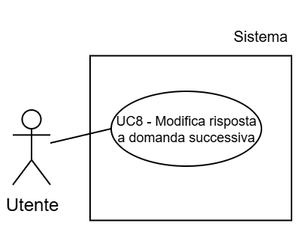
AtlasTeam9/Documenti keeps this draw.io diagram as Tutti i documenti/Assets/Diagrammi/UC8.png. Above is the earlier version. Source tidied: cells renumbered, new cells last; positions are measured from the earlier drawing's top-left corner, leaving out a move shared by most shapes.
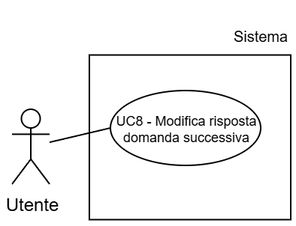
After the change.

Diff of the diagram source:
```diff
@@ -11,7 +11,7 @@
     <mxCell id="4" value="&lt;font style=&quot;color: light-dark(rgb(0, 0, 0), rgb(0, 0, 0));&quot;&gt;Utente&lt;/font&gt;" style="shape=umlActor;verticalLabelPosition=bottom;verticalAlign=top;html=1;outlineConnect=0;strokeColor=light-dark(#000000,#000000);fillColor=light-dark(#FFFFFF,transparent);" parent="1" vertex="1">
       <mxGeometry y="70" width="25" height="50" as="geometry" />
     </mxCell>
-    <mxCell id="5" value="&lt;font style=&quot;color: light-dark(rgb(0, 0, 0), rgb(0, 0, 0)); line-height: 100%;&quot;&gt;UC8 - Modifica risposta a domanda successiva&lt;/font&gt;" style="ellipse;whiteSpace=wrap;html=1;strokeColor=light-dark(#000000,#000000);align=center;verticalAlign=middle;fontFamily=Helvetica;fontSize=9;fontColor=default;fillColor=light-dark(#FFFFFF, #ffffff);" parent="1" vertex="1">
+    <mxCell id="5" value="&lt;font style=&quot;color: light-dark(rgb(0, 0, 0), rgb(0, 0, 0)); line-height: 100%;&quot;&gt;UC8 - Modifica risposta domanda successiva&lt;/font&gt;" style="ellipse;whiteSpace=wrap;html=1;strokeColor=light-dark(#000000,#000000);align=center;verticalAlign=middle;fontFamily=Helvetica;fontSize=9;fontColor=default;fillColor=light-dark(#FFFFFF, #ffffff);" parent="1" vertex="1">
       <mxGeometry x="65.5" y="57.5" width="100" height="50" as="geometry" />
     </mxCell>
     <mxCell id="6" style="rounded=0;jettySize=auto;html=1;exitX=0;exitY=0.5;exitDx=0;exitDy=0;strokeColor=light-dark(#000000,#000000);endArrow=none;endFill=0;" parent="1" edge="1" source="5" target="4">
```
